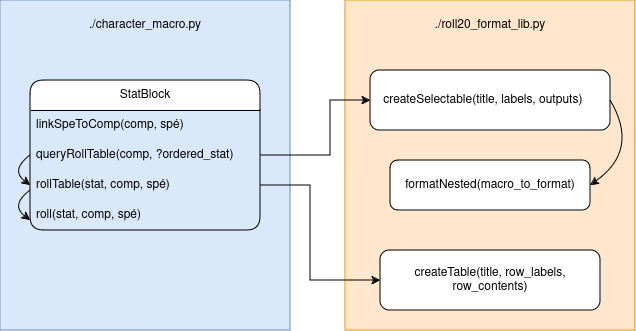
The draw.io diagram demo/diagram_code.png in Me-k-01/Roll20_Macro_Generator, before a commit. Source tidied: cells renumbered, new cells last; positions are measured from the earlier drawing's top-left corner, leaving out a move shared by most shapes. The source it was exported from:
```xml
<mxGraphModel>
  <root>
    <mxCell id="0" />
    <mxCell id="1" parent="0" />
    <mxCell id="2" style="rounded=0;whiteSpace=wrap;html=1;fillColor=#ffe6cc;strokeColor=#d79b00;" parent="1" vertex="1">
      <mxGeometry x="345" width="290" height="330" as="geometry" />
    </mxCell>
    <mxCell id="3" style="rounded=0;whiteSpace=wrap;html=1;fillColor=#dae8fc;strokeColor=#6c8ebf;" parent="1" vertex="1">
      <mxGeometry width="290" height="330" as="geometry" />
    </mxCell>
    <mxCell id="4" value="StatBlock" style="swimlane;fontStyle=0;horizontal=1;startSize=30;whiteSpace=wrap;html=1;rounded=1;" parent="1" vertex="1">
      <mxGeometry x="30" y="80" width="230" height="150" as="geometry" />
    </mxCell>
    <mxCell id="5" value="linkSpeToComp(comp, spé)" style="text;align=left;verticalAlign=middle;spacingLeft=4;spacingRight=4;overflow=hidden;whiteSpace=wrap;html=1;" parent="4" vertex="1">
      <mxGeometry y="30" width="230" height="30" as="geometry" />
    </mxCell>
    <mxCell id="6" value="queryRollTable(comp, ?ordered_stat)" style="text;align=left;verticalAlign=middle;spacingLeft=4;spacingRight=4;overflow=hidden;points=[[0,0.5],[1,0.5]];portConstraint=eastwest;whiteSpace=wrap;html=1;" parent="4" vertex="1">
      <mxGeometry y="60" width="230" height="30" as="geometry" />
    </mxCell>
    <mxCell id="7" value="rollTable(stat, comp, spé)" style="text;align=left;verticalAlign=middle;spacingLeft=4;spacingRight=4;overflow=hidden;points=[[0,0.5],[1,0.5]];portConstraint=eastwest;whiteSpace=wrap;html=1;" parent="4" vertex="1">
      <mxGeometry y="90" width="230" height="30" as="geometry" />
    </mxCell>
    <mxCell id="8" value="roll(stat, comp, spé)" style="text;align=left;verticalAlign=middle;spacingLeft=4;spacingRight=4;overflow=hidden;whiteSpace=wrap;html=1;" parent="4" vertex="1">
      <mxGeometry y="120" width="230" height="30" as="geometry" />
    </mxCell>
    <mxCell id="9" style="curved=1;endArrow=classic;html=1;rounded=0;exitX=0;exitY=0.5;exitDx=0;exitDy=0;entryX=0;entryY=0.5;entryDx=0;entryDy=0;" parent="4" edge="1" source="6" target="7">
      <mxGeometry relative="1" as="geometry">
        <Array as="points">
          <mxPoint x="-20" y="90" />
        </Array>
      </mxGeometry>
    </mxCell>
    <mxCell id="10" value="createTable(title, row_labels, row_contents)" style="rounded=1;whiteSpace=wrap;html=1;" parent="1" vertex="1">
      <mxGeometry x="380" y="250" width="220" height="60" as="geometry" />
    </mxCell>
    <mxCell id="11" value="createSelectable(title, labels, outputs)&lt;span style=&quot;white-space: pre;&quot;&gt;&#9;&lt;/span&gt;" style="rounded=1;whiteSpace=wrap;html=1;" parent="1" vertex="1">
      <mxGeometry x="370" y="70" width="240" height="60" as="geometry" />
    </mxCell>
    <mxCell id="12" value="formatNested(macro_to_format)" style="rounded=1;whiteSpace=wrap;html=1;" parent="1" vertex="1">
      <mxGeometry x="390" y="160" width="200" height="50" as="geometry" />
    </mxCell>
    <mxCell id="13" style="edgeStyle=orthogonalEdgeStyle;rounded=0;jettySize=auto;html=1;exitX=1;exitY=0.5;exitDx=0;exitDy=0;entryX=0;entryY=0.5;entryDx=0;entryDy=0;" parent="1" edge="1" source="7" target="10">
      <mxGeometry relative="1" as="geometry">
        <Array as="points">
          <mxPoint x="310" y="185" />
          <mxPoint x="310" y="280" />
        </Array>
      </mxGeometry>
    </mxCell>
    <mxCell id="14" value="./roll20_format_lib.py" style="text;html=1;align=center;verticalAlign=middle;whiteSpace=wrap;rounded=0;" parent="1" vertex="1">
      <mxGeometry x="410" y="10" width="160" height="30" as="geometry" />
    </mxCell>
    <mxCell id="15" value="./character_macro.py" style="text;html=1;align=center;verticalAlign=middle;whiteSpace=wrap;rounded=0;" parent="1" vertex="1">
      <mxGeometry x="65" y="10" width="160" height="30" as="geometry" />
    </mxCell>
    <mxCell id="16" style="edgeStyle=orthogonalEdgeStyle;rounded=0;jettySize=auto;html=1;exitX=1;exitY=0.5;exitDx=0;exitDy=0;entryX=0;entryY=0.5;entryDx=0;entryDy=0;" parent="1" edge="1" source="6" target="11">
      <mxGeometry relative="1" as="geometry">
        <Array as="points">
          <mxPoint x="330" y="155" />
          <mxPoint x="330" y="100" />
        </Array>
      </mxGeometry>
    </mxCell>
    <mxCell id="17" style="curved=1;endArrow=classic;html=1;rounded=0;exitX=1;exitY=0.5;exitDx=0;exitDy=0;entryX=1;entryY=0.5;entryDx=0;entryDy=0;" parent="1" edge="1" source="11" target="12">
      <mxGeometry relative="1" as="geometry">
        <Array as="points">
          <mxPoint x="640" y="150" />
        </Array>
      </mxGeometry>
    </mxCell>
    <mxCell id="18" style="curved=1;endArrow=classic;html=1;rounded=0;exitX=0;exitY=0.5;exitDx=0;exitDy=0;entryX=0;entryY=0.5;entryDx=0;entryDy=0;" parent="1" edge="1">
      <mxGeometry relative="1" as="geometry">
        <mxPoint x="30" y="190" as="sourcePoint" />
        <mxPoint x="30" y="220" as="targetPoint" />
        <Array as="points">
          <mxPoint x="10" y="205" />
        </Array>
      </mxGeometry>
    </mxCell>
  </root>
</mxGraphModel>
```
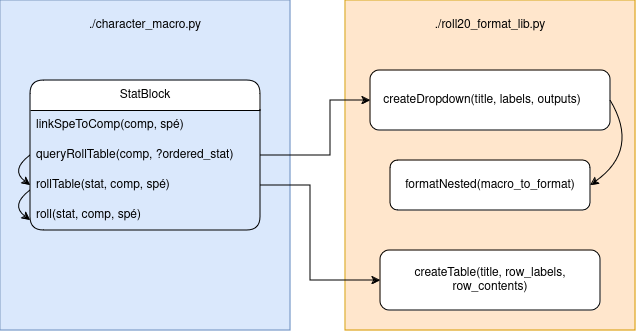
Later version of the same file.

Commit message:
Name update in code diagram

Change to the diagram source:
```diff
@@ -33,7 +33,7 @@
     <mxCell id="10" value="createTable(title, row_labels, row_contents)" style="rounded=1;whiteSpace=wrap;html=1;" parent="1" vertex="1">
       <mxGeometry x="380" y="250" width="220" height="60" as="geometry" />
     </mxCell>
-    <mxCell id="11" value="createSelectable(title, labels, outputs)&lt;span style=&quot;white-space: pre;&quot;&gt;&#9;&lt;/span&gt;" style="rounded=1;whiteSpace=wrap;html=1;" parent="1" vertex="1">
+    <mxCell id="11" value="createDropdown(title, labels, outputs)&lt;span style=&quot;white-space: pre;&quot;&gt;&#9;&lt;/span&gt;" style="rounded=1;whiteSpace=wrap;html=1;" parent="1" vertex="1">
       <mxGeometry x="370" y="70" width="240" height="60" as="geometry" />
     </mxCell>
     <mxCell id="12" value="formatNested(macro_to_format)" style="rounded=1;whiteSpace=wrap;html=1;" parent="1" vertex="1">
```
